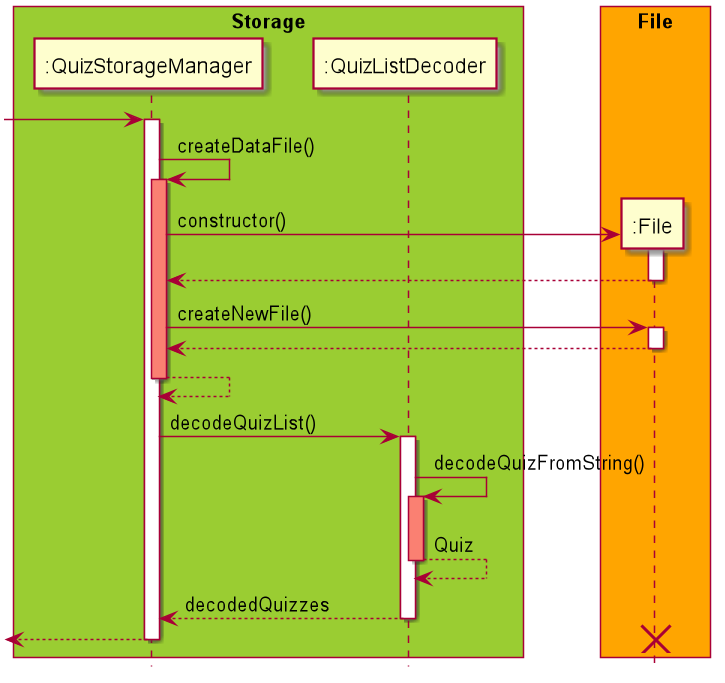
Before: docs/diagram/QuizReadStorage.png, a diagram exported from PlantUML (untitle4/tp).
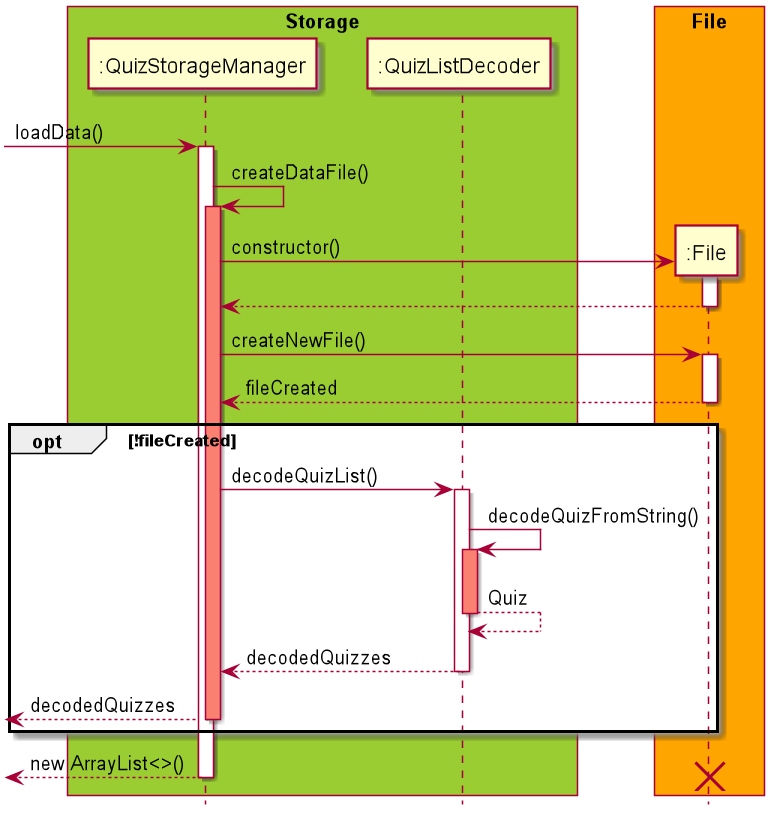
After the change.

Commit message:
Update quiz UML diagrams for DG

The edit, as a diff of the source:
```diff
@@ -13,7 +13,7 @@
 participant ":File"
 end box
 
--> ":QuizStorageManager"
+-> ":QuizStorageManager" : loadData()
 activate ":QuizStorageManager"
 ":QuizStorageManager" -> ":QuizStorageManager" : createDataFile()
 activate ":QuizStorageManager" #salmon
@@ -23,11 +23,10 @@
 deactivate ":File"
 ":QuizStorageManager" -> ":File" : createNewFile()
 activate ":File"
-":File" --> ":QuizStorageManager"
+":File" --> ":QuizStorageManager" : fileCreated
 deactivate ":File"
-":QuizStorageManager" --> ":QuizStorageManager"
-deactivate ":QuizStorageManager"
 
+opt !fileCreated
 ":QuizStorageManager" -> ":QuizListDecoder" : decodeQuizList()
 activate ":QuizListDecoder"
 ":QuizListDecoder" -> ":QuizListDecoder" : decodeQuizFromString()
@@ -36,7 +35,11 @@
 deactivate ":QuizListDecoder"
 ":QuizListDecoder" --> ":QuizStorageManager" : decodedQuizzes
 deactivate ":QuizListDecoder"
-<-- ":QuizStorageManager"
+<-- ":QuizStorageManager" : decodedQuizzes
+deactivate ":QuizStorageManager"
+end opt
+
+<-- ":QuizStorageManager" : new ArrayList<>()
 deactivate ":QuizStorageManager"
 destroy ":File"
 
```
